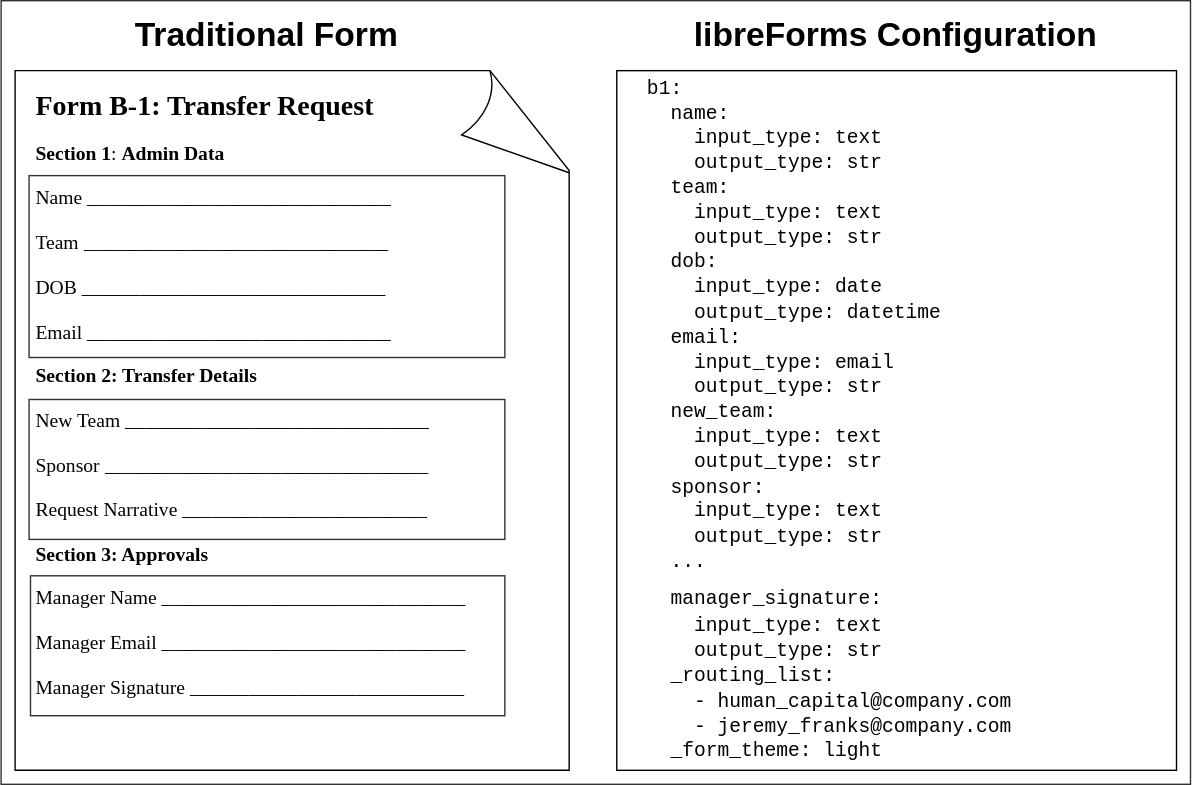
The draw.io diagram assets/Example_form.drawio.svg in libreForms/spec, before a commit. Source tidied: cells renumbered, new cells last; positions are measured from the earlier drawing's top-left corner, leaving out a move shared by most shapes.
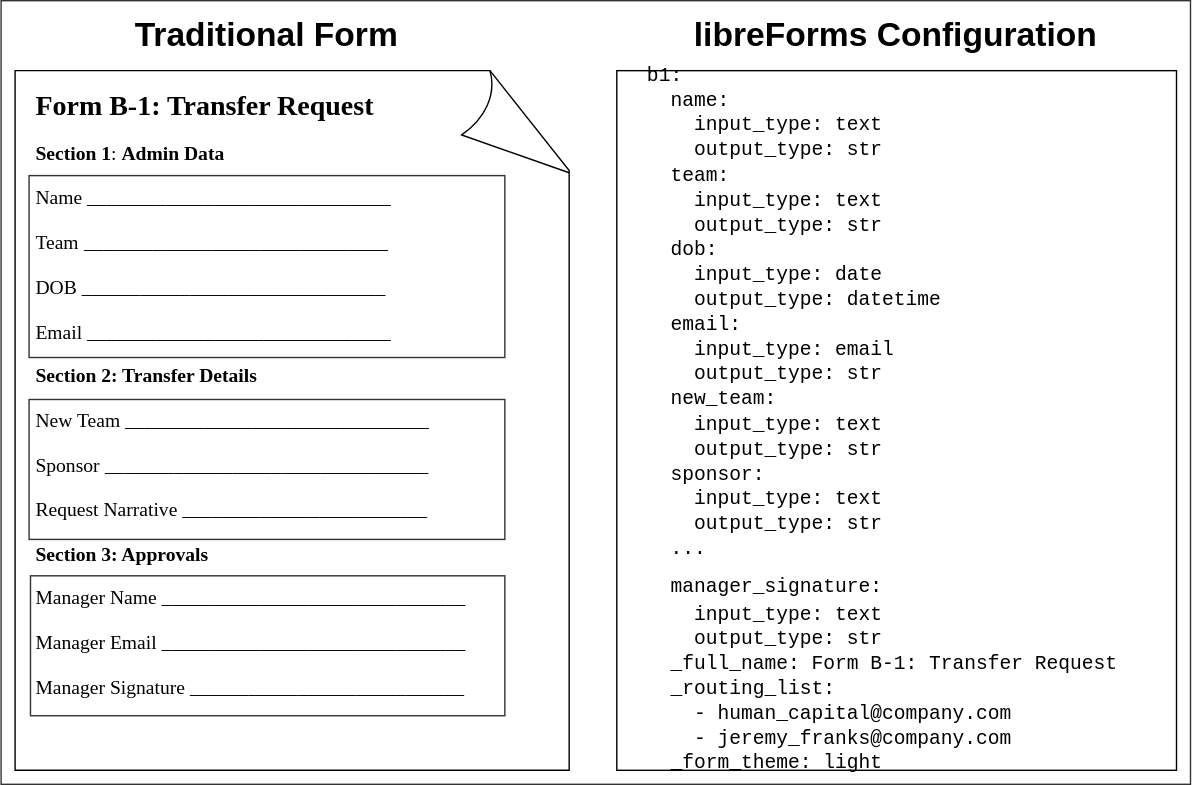
Later version of the same file.

The edit, as a diff of the source:
```diff
@@ -29,8 +29,8 @@
     <mxCell id="10" value="&lt;font style=&quot;font-size: 24px;&quot; face=&quot;Helvetica&quot;&gt;&lt;b&gt;libreForms Configuration&lt;/b&gt;&lt;/font&gt;" style="text;html=1;strokeColor=none;fillColor=none;align=center;verticalAlign=middle;whiteSpace=wrap;rounded=0;fontFamily=Times New Roman;fontSize=14;" parent="1" vertex="1">
       <mxGeometry x="487.5" y="10" width="305" height="30" as="geometry" />
     </mxCell>
-    <mxCell id="11" value="&lt;div style=&quot;font-size: 14px;&quot; align=&quot;left&quot;&gt;&lt;font style=&quot;font-size: 14px;&quot; face=&quot;Courier New&quot;&gt;b1:&lt;/font&gt;&lt;/div&gt;&lt;div style=&quot;font-size: 14px;&quot; align=&quot;left&quot;&gt;&lt;font style=&quot;font-size: 14px;&quot; face=&quot;Courier New&quot;&gt;&amp;nbsp; name:&lt;/font&gt;&lt;/div&gt;&lt;div style=&quot;font-size: 14px;&quot; align=&quot;left&quot;&gt;&lt;font style=&quot;font-size: 14px;&quot; face=&quot;Courier New&quot;&gt;&amp;nbsp;&amp;nbsp;&amp;nbsp; input_type: text&lt;/font&gt;&lt;/div&gt;&lt;div style=&quot;font-size: 14px;&quot; align=&quot;left&quot;&gt;&lt;font style=&quot;font-size: 14px;&quot; face=&quot;Courier New&quot;&gt;&amp;nbsp;&amp;nbsp;&amp;nbsp; output_type: str&lt;br&gt;&lt;/font&gt;&lt;/div&gt;&lt;div style=&quot;font-size: 14px;&quot; align=&quot;left&quot;&gt;&lt;font style=&quot;font-size: 14px;&quot; face=&quot;Courier New&quot;&gt;&amp;nbsp; team:&lt;/font&gt;&lt;/div&gt;&lt;div style=&quot;font-size: 14px;&quot; align=&quot;left&quot;&gt;&lt;div style=&quot;font-size: 14px;&quot; align=&quot;left&quot;&gt;&lt;font style=&quot;font-size: 14px;&quot; face=&quot;Courier New&quot;&gt;&amp;nbsp;&amp;nbsp;&amp;nbsp; input_type: text&lt;/font&gt;&lt;/div&gt;&lt;div style=&quot;font-size: 14px;&quot; align=&quot;left&quot;&gt;&lt;font style=&quot;font-size: 14px;&quot; face=&quot;Courier New&quot;&gt;&amp;nbsp;&amp;nbsp;&amp;nbsp; output_type: str&lt;br&gt;&lt;/font&gt;&lt;/div&gt;&lt;/div&gt;&lt;div style=&quot;font-size: 14px;&quot; align=&quot;left&quot;&gt;&lt;font style=&quot;font-size: 14px;&quot; face=&quot;Courier New&quot;&gt;&amp;nbsp; dob:&lt;/font&gt;&lt;/div&gt;&lt;div style=&quot;font-size: 14px;&quot; align=&quot;left&quot;&gt;&lt;div style=&quot;font-size: 14px;&quot; align=&quot;left&quot;&gt;&lt;font style=&quot;font-size: 14px;&quot; face=&quot;Courier New&quot;&gt;&amp;nbsp;&amp;nbsp;&amp;nbsp; input_type: date&lt;br&gt;&lt;/font&gt;&lt;/div&gt;&lt;div style=&quot;font-size: 14px;&quot; align=&quot;left&quot;&gt;&lt;font style=&quot;font-size: 14px;&quot; face=&quot;Courier New&quot;&gt;&amp;nbsp;&amp;nbsp;&amp;nbsp; output_type: datetime&lt;br&gt;&lt;/font&gt;&lt;/div&gt;&lt;/div&gt;&lt;div style=&quot;font-size: 14px;&quot; align=&quot;left&quot;&gt;&lt;font style=&quot;font-size: 14px;&quot; face=&quot;Courier New&quot;&gt;&amp;nbsp; email:&lt;/font&gt;&lt;/div&gt;&lt;div style=&quot;font-size: 14px;&quot; align=&quot;left&quot;&gt;&lt;div style=&quot;font-size: 14px;&quot; align=&quot;left&quot;&gt;&lt;font style=&quot;font-size: 14px;&quot; face=&quot;Courier New&quot;&gt;&amp;nbsp;&amp;nbsp;&amp;nbsp; input_type: email&lt;br&gt;&lt;/font&gt;&lt;/div&gt;&lt;div style=&quot;font-size: 14px;&quot; align=&quot;left&quot;&gt;&lt;font style=&quot;font-size: 14px;&quot; face=&quot;Courier New&quot;&gt;&amp;nbsp;&amp;nbsp;&amp;nbsp; output_type: str&lt;br&gt;&lt;/font&gt;&lt;/div&gt;&lt;/div&gt;&lt;div style=&quot;font-size: 14px;&quot; align=&quot;left&quot;&gt;&lt;font style=&quot;font-size: 14px;&quot; face=&quot;Courier New&quot;&gt;&amp;nbsp; new_team:&lt;/font&gt;&lt;/div&gt;&lt;div style=&quot;font-size: 14px;&quot; align=&quot;left&quot;&gt;&lt;div style=&quot;font-size: 14px;&quot; align=&quot;left&quot;&gt;&lt;font style=&quot;font-size: 14px;&quot; face=&quot;Courier New&quot;&gt;&amp;nbsp;&amp;nbsp;&amp;nbsp; input_type: text&lt;/font&gt;&lt;/div&gt;&lt;div style=&quot;font-size: 14px;&quot; align=&quot;left&quot;&gt;&lt;font style=&quot;font-size: 14px;&quot; face=&quot;Courier New&quot;&gt;&amp;nbsp;&amp;nbsp;&amp;nbsp; output_type: str&lt;br&gt;&lt;/font&gt;&lt;/div&gt;&lt;/div&gt;&lt;div style=&quot;font-size: 14px;&quot; align=&quot;left&quot;&gt;&lt;font style=&quot;font-size: 14px;&quot; face=&quot;Courier New&quot;&gt;&amp;nbsp; sponsor:&lt;/font&gt;&lt;/div&gt;&lt;div style=&quot;font-size: 14px;&quot; align=&quot;left&quot;&gt;&lt;div style=&quot;font-size: 14px;&quot; align=&quot;left&quot;&gt;&lt;font style=&quot;font-size: 14px;&quot; face=&quot;Courier New&quot;&gt;&amp;nbsp;&amp;nbsp;&amp;nbsp; input_type: text&lt;/font&gt;&lt;/div&gt;&lt;div style=&quot;font-size: 14px;&quot; align=&quot;left&quot;&gt;&lt;font style=&quot;font-size: 14px;&quot; face=&quot;Courier New&quot;&gt;&amp;nbsp;&amp;nbsp;&amp;nbsp; output_type: str&lt;/font&gt;&lt;/div&gt;&lt;div style=&quot;font-size: 14px;&quot; align=&quot;left&quot;&gt;&lt;font style=&quot;font-size: 14px;&quot; face=&quot;Courier New&quot;&gt;&amp;nbsp; ...&lt;br&gt;&lt;/font&gt;&lt;/div&gt;&lt;/div&gt;&lt;font style=&quot;font-size: 14px;&quot; face=&quot;Courier New&quot;&gt;&amp;nbsp; manager_signature:&lt;/font&gt;&lt;div style=&quot;font-size: 14px;&quot; align=&quot;left&quot;&gt;&lt;div style=&quot;font-size: 14px;&quot; align=&quot;left&quot;&gt;&lt;font style=&quot;font-size: 14px;&quot; face=&quot;Courier New&quot;&gt;&amp;nbsp;&amp;nbsp;&amp;nbsp; input_type: text&lt;/font&gt;&lt;/div&gt;&lt;font style=&quot;font-size: 14px;&quot; face=&quot;Courier New&quot;&gt;&amp;nbsp;&amp;nbsp;&amp;nbsp; output_type: str&lt;/font&gt;&lt;/div&gt;&lt;div style=&quot;font-size: 14px;&quot; align=&quot;left&quot;&gt;&lt;font style=&quot;font-size: 14px;&quot; face=&quot;Courier New&quot;&gt;&amp;nbsp; _routing_list: &lt;br&gt;&lt;/font&gt;&lt;/div&gt;&lt;div style=&quot;font-size: 14px;&quot; align=&quot;left&quot;&gt;&lt;font style=&quot;font-size: 14px;&quot; face=&quot;Courier New&quot;&gt;&amp;nbsp;&amp;nbsp;&amp;nbsp; - human_capital@company.com&lt;/font&gt;&lt;/div&gt;&lt;div style=&quot;font-size: 14px;&quot; align=&quot;left&quot;&gt;&lt;font style=&quot;font-size: 14px;&quot; face=&quot;Courier New&quot;&gt;&amp;nbsp;&amp;nbsp;&amp;nbsp; - jeremy_franks@company.com&lt;br&gt;&lt;/font&gt;&lt;/div&gt;&lt;div style=&quot;font-size: 14px;&quot; align=&quot;left&quot;&gt;&lt;font style=&quot;font-size: 14px;&quot; face=&quot;Courier New&quot;&gt;&amp;nbsp; _form_theme: light&lt;br&gt;&lt;/font&gt;&lt;/div&gt;" style="text;html=1;strokeColor=none;fillColor=none;align=left;verticalAlign=middle;whiteSpace=wrap;rounded=0;fontFamily=Helvetica;fontSize=24;" parent="1" vertex="1">
-      <mxGeometry x="460" y="79" width="350" height="440" as="geometry" />
+    <mxCell id="11" value="&lt;div style=&quot;font-size: 14px;&quot; align=&quot;left&quot;&gt;&lt;font style=&quot;font-size: 14px;&quot; face=&quot;Courier New&quot;&gt;b1:&lt;/font&gt;&lt;/div&gt;&lt;div style=&quot;font-size: 14px;&quot; align=&quot;left&quot;&gt;&lt;font style=&quot;font-size: 14px;&quot; face=&quot;Courier New&quot;&gt;&amp;nbsp; name:&lt;/font&gt;&lt;/div&gt;&lt;div style=&quot;font-size: 14px;&quot; align=&quot;left&quot;&gt;&lt;font style=&quot;font-size: 14px;&quot; face=&quot;Courier New&quot;&gt;&amp;nbsp;&amp;nbsp;&amp;nbsp; input_type: text&lt;/font&gt;&lt;/div&gt;&lt;div style=&quot;font-size: 14px;&quot; align=&quot;left&quot;&gt;&lt;font style=&quot;font-size: 14px;&quot; face=&quot;Courier New&quot;&gt;&amp;nbsp;&amp;nbsp;&amp;nbsp; output_type: str&lt;br&gt;&lt;/font&gt;&lt;/div&gt;&lt;div style=&quot;font-size: 14px;&quot; align=&quot;left&quot;&gt;&lt;font style=&quot;font-size: 14px;&quot; face=&quot;Courier New&quot;&gt;&amp;nbsp; team:&lt;/font&gt;&lt;/div&gt;&lt;div style=&quot;font-size: 14px;&quot; align=&quot;left&quot;&gt;&lt;div style=&quot;font-size: 14px;&quot; align=&quot;left&quot;&gt;&lt;font style=&quot;font-size: 14px;&quot; face=&quot;Courier New&quot;&gt;&amp;nbsp;&amp;nbsp;&amp;nbsp; input_type: text&lt;/font&gt;&lt;/div&gt;&lt;div style=&quot;font-size: 14px;&quot; align=&quot;left&quot;&gt;&lt;font style=&quot;font-size: 14px;&quot; face=&quot;Courier New&quot;&gt;&amp;nbsp;&amp;nbsp;&amp;nbsp; output_type: str&lt;br&gt;&lt;/font&gt;&lt;/div&gt;&lt;/div&gt;&lt;div style=&quot;font-size: 14px;&quot; align=&quot;left&quot;&gt;&lt;font style=&quot;font-size: 14px;&quot; face=&quot;Courier New&quot;&gt;&amp;nbsp; dob:&lt;/font&gt;&lt;/div&gt;&lt;div style=&quot;font-size: 14px;&quot; align=&quot;left&quot;&gt;&lt;div style=&quot;font-size: 14px;&quot; align=&quot;left&quot;&gt;&lt;font style=&quot;font-size: 14px;&quot; face=&quot;Courier New&quot;&gt;&amp;nbsp;&amp;nbsp;&amp;nbsp; input_type: date&lt;br&gt;&lt;/font&gt;&lt;/div&gt;&lt;div style=&quot;font-size: 14px;&quot; align=&quot;left&quot;&gt;&lt;font style=&quot;font-size: 14px;&quot; face=&quot;Courier New&quot;&gt;&amp;nbsp;&amp;nbsp;&amp;nbsp; output_type: datetime&lt;br&gt;&lt;/font&gt;&lt;/div&gt;&lt;/div&gt;&lt;div style=&quot;font-size: 14px;&quot; align=&quot;left&quot;&gt;&lt;font style=&quot;font-size: 14px;&quot; face=&quot;Courier New&quot;&gt;&amp;nbsp; email:&lt;/font&gt;&lt;/div&gt;&lt;div style=&quot;font-size: 14px;&quot; align=&quot;left&quot;&gt;&lt;div style=&quot;font-size: 14px;&quot; align=&quot;left&quot;&gt;&lt;font style=&quot;font-size: 14px;&quot; face=&quot;Courier New&quot;&gt;&amp;nbsp;&amp;nbsp;&amp;nbsp; input_type: email&lt;br&gt;&lt;/font&gt;&lt;/div&gt;&lt;div style=&quot;font-size: 14px;&quot; align=&quot;left&quot;&gt;&lt;font style=&quot;font-size: 14px;&quot; face=&quot;Courier New&quot;&gt;&amp;nbsp;&amp;nbsp;&amp;nbsp; output_type: str&lt;br&gt;&lt;/font&gt;&lt;/div&gt;&lt;/div&gt;&lt;div style=&quot;font-size: 14px;&quot; align=&quot;left&quot;&gt;&lt;font style=&quot;font-size: 14px;&quot; face=&quot;Courier New&quot;&gt;&amp;nbsp; new_team:&lt;/font&gt;&lt;/div&gt;&lt;div style=&quot;font-size: 14px;&quot; align=&quot;left&quot;&gt;&lt;div style=&quot;font-size: 14px;&quot; align=&quot;left&quot;&gt;&lt;font style=&quot;font-size: 14px;&quot; face=&quot;Courier New&quot;&gt;&amp;nbsp;&amp;nbsp;&amp;nbsp; input_type: text&lt;/font&gt;&lt;/div&gt;&lt;div style=&quot;font-size: 14px;&quot; align=&quot;left&quot;&gt;&lt;font style=&quot;font-size: 14px;&quot; face=&quot;Courier New&quot;&gt;&amp;nbsp;&amp;nbsp;&amp;nbsp; output_type: str&lt;br&gt;&lt;/font&gt;&lt;/div&gt;&lt;/div&gt;&lt;div style=&quot;font-size: 14px;&quot; align=&quot;left&quot;&gt;&lt;font style=&quot;font-size: 14px;&quot; face=&quot;Courier New&quot;&gt;&amp;nbsp; sponsor:&lt;/font&gt;&lt;/div&gt;&lt;div style=&quot;font-size: 14px;&quot; align=&quot;left&quot;&gt;&lt;div style=&quot;font-size: 14px;&quot; align=&quot;left&quot;&gt;&lt;font style=&quot;font-size: 14px;&quot; face=&quot;Courier New&quot;&gt;&amp;nbsp;&amp;nbsp;&amp;nbsp; input_type: text&lt;/font&gt;&lt;/div&gt;&lt;div style=&quot;font-size: 14px;&quot; align=&quot;left&quot;&gt;&lt;font style=&quot;font-size: 14px;&quot; face=&quot;Courier New&quot;&gt;&amp;nbsp;&amp;nbsp;&amp;nbsp; output_type: str&lt;/font&gt;&lt;/div&gt;&lt;div style=&quot;font-size: 14px;&quot; align=&quot;left&quot;&gt;&lt;font style=&quot;font-size: 14px;&quot; face=&quot;Courier New&quot;&gt;&amp;nbsp; ...&lt;br&gt;&lt;/font&gt;&lt;/div&gt;&lt;/div&gt;&lt;font style=&quot;font-size: 14px;&quot; face=&quot;Courier New&quot;&gt;&amp;nbsp; manager_signature:&lt;/font&gt;&lt;div style=&quot;font-size: 14px;&quot; align=&quot;left&quot;&gt;&lt;div style=&quot;font-size: 14px;&quot; align=&quot;left&quot;&gt;&lt;font style=&quot;font-size: 14px;&quot; face=&quot;Courier New&quot;&gt;&amp;nbsp;&amp;nbsp;&amp;nbsp; input_type: text&lt;/font&gt;&lt;/div&gt;&lt;font style=&quot;font-size: 14px;&quot; face=&quot;Courier New&quot;&gt;&amp;nbsp;&amp;nbsp;&amp;nbsp; output_type: str&lt;/font&gt;&lt;/div&gt;&lt;div style=&quot;font-size: 14px;&quot; align=&quot;left&quot;&gt;&lt;font style=&quot;font-size: 14px;&quot; face=&quot;Courier New&quot;&gt;&amp;nbsp; _full_name: Form B-1: Transfer Request&lt;br&gt;&lt;/font&gt;&lt;/div&gt;&lt;div style=&quot;font-size: 14px;&quot; align=&quot;left&quot;&gt;&lt;font style=&quot;font-size: 14px;&quot; face=&quot;Courier New&quot;&gt;&amp;nbsp; _routing_list: &lt;br&gt;&lt;/font&gt;&lt;/div&gt;&lt;div style=&quot;font-size: 14px;&quot; align=&quot;left&quot;&gt;&lt;font style=&quot;font-size: 14px;&quot; face=&quot;Courier New&quot;&gt;&amp;nbsp;&amp;nbsp;&amp;nbsp; - human_capital@company.com&lt;/font&gt;&lt;/div&gt;&lt;div style=&quot;font-size: 14px;&quot; align=&quot;left&quot;&gt;&lt;font style=&quot;font-size: 14px;&quot; face=&quot;Courier New&quot;&gt;&amp;nbsp;&amp;nbsp;&amp;nbsp; - jeremy_franks@company.com&lt;br&gt;&lt;/font&gt;&lt;/div&gt;&lt;div style=&quot;font-size: 14px;&quot; align=&quot;left&quot;&gt;&lt;font style=&quot;font-size: 14px;&quot; face=&quot;Courier New&quot;&gt;&amp;nbsp; _form_theme: light&lt;br&gt;&lt;/font&gt;&lt;/div&gt;" style="text;html=1;strokeColor=none;fillColor=none;align=left;verticalAlign=middle;whiteSpace=wrap;rounded=0;fontFamily=Helvetica;fontSize=24;" parent="1" vertex="1">
+      <mxGeometry x="460" y="79" width="360" height="440" as="geometry" />
     </mxCell>
   </root>
 </mxGraphModel>
```
